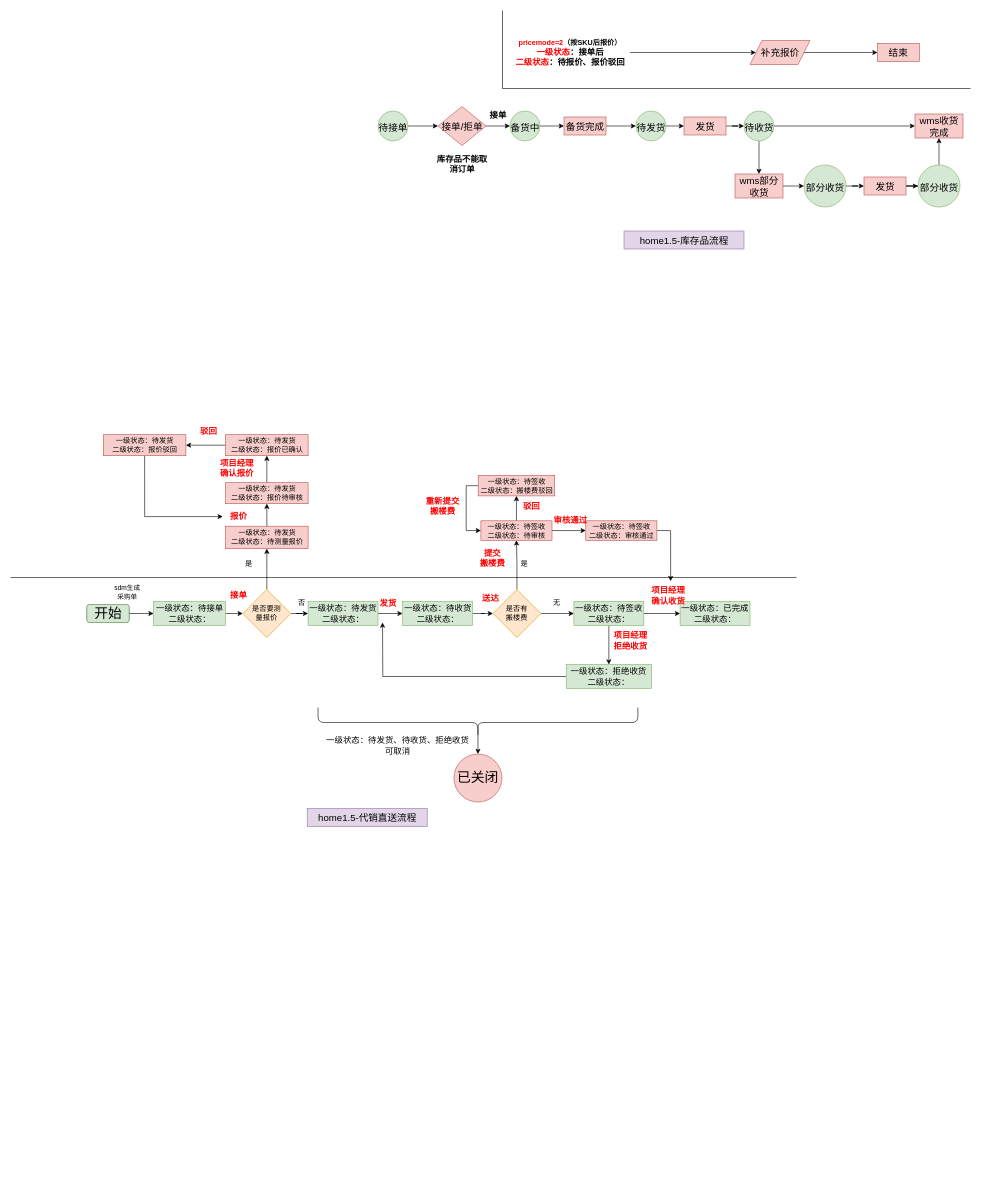
jiangtao2048/diagrams keeps this draw.io diagram as page "第 3 页" (3 of 3) of 采购单状态机.drawio. Above is the earlier version. Source tidied: cells renumbered, new cells numbered last; positions are measured from the earlier drawing's top-left corner, leaving out a move shared by most shapes. Both pictures are drawn from the tidied source at 60%, with x=0, y=0 at pixel (10, 10).
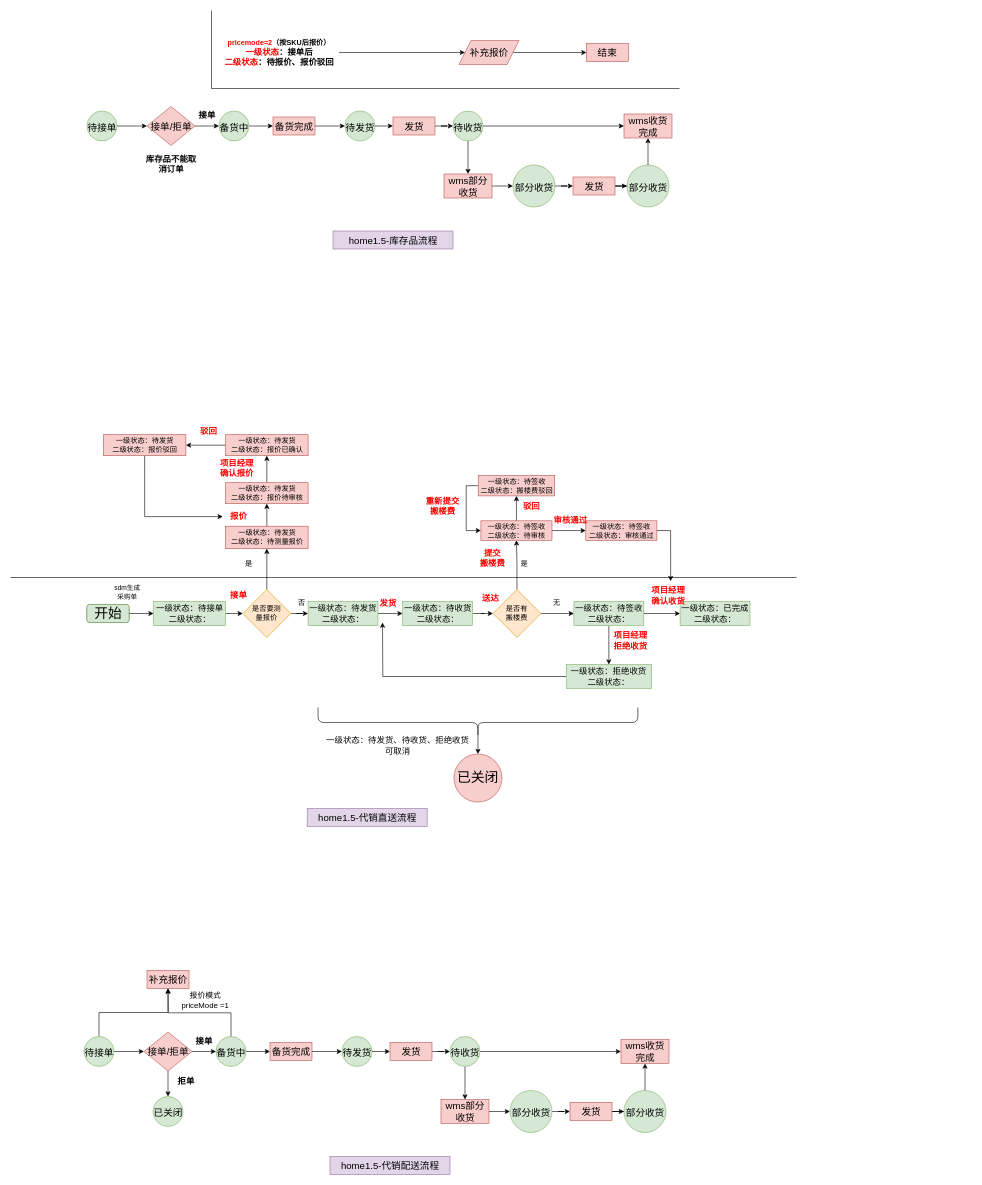
Above is the later version.

The edit, as a diff of the source:
```diff
@@
     <mxCell id="2" value="&lt;font style=&quot;font-size: 16px;&quot;&gt;home1.5-库存品流程&lt;/font&gt;" style="text;html=1;strokeColor=#9673a6;fillColor=#e1d5e7;align=center;verticalAlign=middle;whiteSpace=wrap;rounded=0;" parent="1" vertex="1">
-      <mxGeometry x="1022.5" y="367.5" width="200" height="30" as="geometry" />
+      <mxGeometry x="537.5" y="367.5" width="200" height="30" as="geometry" />
     </mxCell>
@@
     <mxCell id="4" value="&lt;font style=&quot;font-size: 16px;&quot;&gt;待接单&lt;/font&gt;" style="ellipse;whiteSpace=wrap;html=1;fontSize=23;fillColor=#d5e8d4;strokeColor=#82b366;" parent="1" vertex="1">
-      <mxGeometry x="612.5" y="167.5" width="50" height="50" as="geometry" />
+      <mxGeometry x="127.5" y="167.5" width="50" height="50" as="geometry" />
     </mxCell>
@@
     <mxCell id="6" value="&lt;font style=&quot;font-size: 16px;&quot;&gt;备货中&lt;/font&gt;" style="ellipse;whiteSpace=wrap;html=1;fontSize=23;fillColor=#d5e8d4;strokeColor=#82b366;" parent="1" vertex="1">
-      <mxGeometry x="832.5" y="167.5" width="50" height="50" as="geometry" />
+      <mxGeometry x="347.5" y="167.5" width="50" height="50" as="geometry" />
     </mxCell>
@@
     <mxCell id="8" value="&lt;font style=&quot;font-size: 16px;&quot;&gt;接单/拒单&lt;/font&gt;" style="rhombus;whiteSpace=wrap;html=1;fillColor=#f8cecc;strokeColor=#b85450;" parent="1" vertex="1">
-      <mxGeometry x="712.5" y="160" width="80" height="65" as="geometry" />
+      <mxGeometry x="227.5" y="160" width="80" height="65" as="geometry" />
     </mxCell>
     <mxCell id="9" value="&lt;font style=&quot;font-size: 14px;&quot;&gt;&lt;b&gt;接单&lt;/b&gt;&lt;/font&gt;" style="text;html=1;strokeColor=none;fillColor=none;align=center;verticalAlign=middle;whiteSpace=wrap;rounded=0;" parent="1" vertex="1">
-      <mxGeometry x="782.5" y="160" width="60" height="30" as="geometry" />
+      <mxGeometry x="297.5" y="160" width="60" height="30" as="geometry" />
     </mxCell>
     <mxCell id="10" value="&lt;font style=&quot;font-size: 14px;&quot;&gt;&lt;b&gt;库存品不能取消订单&lt;/b&gt;&lt;/font&gt;" style="text;html=1;strokeColor=none;fillColor=none;align=center;verticalAlign=middle;whiteSpace=wrap;rounded=0;" parent="1" vertex="1">
-      <mxGeometry x="708.8" y="240" width="87.5" height="32.5" as="geometry" />
+      <mxGeometry x="223.8" y="240" width="87.5" height="32.5" as="geometry" />
     </mxCell>
@@
     <mxCell id="12" value="&lt;font style=&quot;font-size: 16px;&quot;&gt;备货完成&lt;/font&gt;" style="rounded=0;whiteSpace=wrap;html=1;fillColor=#f8cecc;strokeColor=#b85450;" parent="1" vertex="1">
-      <mxGeometry x="922.5" y="177.5" width="70" height="30" as="geometry" />
+      <mxGeometry x="437.5" y="177.5" width="70" height="30" as="geometry" />
     </mxCell>
@@
     <mxCell id="14" value="&lt;font style=&quot;font-size: 16px;&quot;&gt;待发货&lt;/font&gt;" style="ellipse;whiteSpace=wrap;html=1;fontSize=23;fillColor=#d5e8d4;strokeColor=#82b366;" parent="1" vertex="1">
-      <mxGeometry x="1042.5" y="167.5" width="50" height="50" as="geometry" />
+      <mxGeometry x="557.5" y="167.5" width="50" height="50" as="geometry" />
     </mxCell>
@@
     <mxCell id="16" value="&lt;font style=&quot;font-size: 16px;&quot;&gt;发货&lt;/font&gt;" style="rounded=0;whiteSpace=wrap;html=1;fillColor=#f8cecc;strokeColor=#b85450;" parent="1" vertex="1">
-      <mxGeometry x="1122.5" y="177.5" width="70" height="30" as="geometry" />
+      <mxGeometry x="637.5" y="177.5" width="70" height="30" as="geometry" />
     </mxCell>
@@
     <mxCell id="19" value="&lt;font style=&quot;font-size: 16px;&quot;&gt;待收货&lt;/font&gt;" style="ellipse;whiteSpace=wrap;html=1;fontSize=23;fillColor=#d5e8d4;strokeColor=#82b366;" parent="1" vertex="1">
-      <mxGeometry x="1222.5" y="167.5" width="50" height="50" as="geometry" />
+      <mxGeometry x="737.5" y="167.5" width="50" height="50" as="geometry" />
     </mxCell>
@@
     <mxCell id="21" value="&lt;font style=&quot;font-size: 16px;&quot;&gt;wms部分收货&lt;/font&gt;" style="rounded=0;whiteSpace=wrap;html=1;fillColor=#f8cecc;strokeColor=#b85450;" parent="1" vertex="1">
-      <mxGeometry x="1207.5" y="272.5" width="80" height="40" as="geometry" />
+      <mxGeometry x="722.5" y="272.5" width="80" height="40" as="geometry" />
     </mxCell>
@@
     <mxCell id="23" value="&lt;font style=&quot;font-size: 16px;&quot;&gt;部分收货&lt;/font&gt;" style="ellipse;whiteSpace=wrap;html=1;fontSize=23;fillColor=#d5e8d4;strokeColor=#82b366;" parent="1" vertex="1">
-      <mxGeometry x="1322.5" y="257.5" width="70" height="70" as="geometry" />
+      <mxGeometry x="837.5" y="257.5" width="70" height="70" as="geometry" />
     </mxCell>
@@
     <mxCell id="25" value="&lt;font style=&quot;font-size: 16px;&quot;&gt;发货&lt;/font&gt;" style="rounded=0;whiteSpace=wrap;html=1;fillColor=#f8cecc;strokeColor=#b85450;" parent="1" vertex="1">
-      <mxGeometry x="1422.5" y="277.5" width="70" height="30" as="geometry" />
+      <mxGeometry x="937.5" y="277.5" width="70" height="30" as="geometry" />
     </mxCell>
@@
     <mxCell id="27" value="&lt;font style=&quot;font-size: 16px;&quot;&gt;部分收货&lt;/font&gt;" style="ellipse;whiteSpace=wrap;html=1;fontSize=23;fillColor=#d5e8d4;strokeColor=#82b366;" parent="1" vertex="1">
-      <mxGeometry x="1512.5" y="257.5" width="70" height="70" as="geometry" />
+      <mxGeometry x="1027.5" y="257.5" width="70" height="70" as="geometry" />
     </mxCell>
     <mxCell id="28" value="&lt;font style=&quot;font-size: 16px;&quot;&gt;wms收货完成&lt;/font&gt;" style="rounded=0;whiteSpace=wrap;html=1;fillColor=#f8cecc;strokeColor=#b85450;" parent="1" vertex="1">
-      <mxGeometry x="1507.5" y="172.5" width="80" height="40" as="geometry" />
+      <mxGeometry x="1022.5" y="172.5" width="80" height="40" as="geometry" />
     </mxCell>
@@
     <mxCell id="30" value="&lt;font style=&quot;font-size: 16px;&quot;&gt;补充报价&lt;/font&gt;" style="shape=parallelogram;perimeter=parallelogramPerimeter;whiteSpace=wrap;html=1;fixedSize=1;fillColor=#f8cecc;strokeColor=#b85450;" parent="1" vertex="1">
-      <mxGeometry x="1232.5" y="50" width="100" height="40" as="geometry" />
+      <mxGeometry x="747.5" y="50" width="100" height="40" as="geometry" />
     </mxCell>
     <mxCell id="31" style="endArrow=none;html=1;rounded=0;" parent="1" edge="1">
       <mxGeometry relative="1" as="geometry">
-        <mxPoint x="820" y="130" as="sourcePoint" />
-        <mxPoint x="1600" y="130" as="targetPoint" />
+        <mxPoint x="335" y="130" as="sourcePoint" />
+        <mxPoint x="1115" y="130" as="targetPoint" />
       </mxGeometry>
     </mxCell>
     <mxCell id="32" style="endArrow=none;html=1;rounded=0;" parent="1" edge="1">
       <mxGeometry relative="1" as="geometry">
-        <mxPoint x="820" y="130" as="sourcePoint" />
-        <mxPoint x="820" as="targetPoint" />
+        <mxPoint x="335" y="130" as="sourcePoint" />
+        <mxPoint x="335" as="targetPoint" />
       </mxGeometry>
     </mxCell>
@@
     <mxCell id="34" value="&lt;b&gt;&lt;font color=&quot;#ff0000&quot;&gt;pricemode=2&lt;/font&gt;（按SKU后报价）&lt;/b&gt;&lt;br&gt;&lt;span style=&quot;font-size: 14px;&quot;&gt;&lt;b&gt;&lt;font color=&quot;#ff0000&quot;&gt;一级状态&lt;/font&gt;：接单后&lt;br&gt;&lt;font color=&quot;#ff0000&quot;&gt;二级状态&lt;/font&gt;：待报价、报价驳回&lt;br&gt;&lt;/b&gt;&lt;/span&gt;" style="text;html=1;strokeColor=none;fillColor=none;align=center;verticalAlign=middle;whiteSpace=wrap;rounded=0;" parent="1" vertex="1">
-      <mxGeometry x="832.5" y="30" width="200" height="80" as="geometry" />
+      <mxGeometry x="347.5" y="30" width="200" height="80" as="geometry" />
     </mxCell>
     <mxCell id="35" value="&lt;font style=&quot;font-size: 16px;&quot;&gt;结束&lt;/font&gt;" style="rounded=0;whiteSpace=wrap;html=1;fillColor=#f8cecc;strokeColor=#b85450;" parent="1" vertex="1">
-      <mxGeometry x="1445" y="55" width="70" height="30" as="geometry" />
+      <mxGeometry x="960" y="55" width="70" height="30" as="geometry" />
     </mxCell>
@@
+    <mxCell id="95" value="&lt;font style=&quot;font-size: 16px;&quot;&gt;home1.5-代销配送流程&lt;/font&gt;" style="text;html=1;strokeColor=#9673a6;fillColor=#e1d5e7;align=center;verticalAlign=middle;whiteSpace=wrap;rounded=0;" parent="1" vertex="1">
+      <mxGeometry x="532.5" y="1910" width="200" height="30" as="geometry" />
+    </mxCell>
+    <mxCell id="96" style="edgeStyle=orthogonalEdgeStyle;rounded=0;jettySize=auto;html=1;exitX=1;exitY=0.5;exitDx=0;exitDy=0;" parent="1" edge="1" source="98" target="104">
+      <mxGeometry relative="1" as="geometry" />
+    </mxCell>
+    <mxCell id="97" style="edgeStyle=orthogonalEdgeStyle;rounded=0;jettySize=auto;html=1;exitX=0.5;exitY=0;exitDx=0;exitDy=0;entryX=0.5;entryY=1;entryDx=0;entryDy=0;" parent="1" edge="1" source="98" target="126">
+      <mxGeometry relative="1" as="geometry" />
+    </mxCell>
+    <mxCell id="98" value="&lt;font style=&quot;font-size: 16px;&quot;&gt;待接单&lt;/font&gt;" style="ellipse;whiteSpace=wrap;html=1;fontSize=23;fillColor=#d5e8d4;strokeColor=#82b366;" parent="1" vertex="1">
+      <mxGeometry x="122.5" y="1710" width="50" height="50" as="geometry" />
+    </mxCell>
+    <mxCell id="99" style="edgeStyle=orthogonalEdgeStyle;rounded=0;jettySize=auto;html=1;exitX=1;exitY=0.5;exitDx=0;exitDy=0;" parent="1" edge="1" source="101" target="109">
+      <mxGeometry relative="1" as="geometry" />
+    </mxCell>
+    <mxCell id="100" style="edgeStyle=orthogonalEdgeStyle;rounded=0;jettySize=auto;html=1;exitX=0.5;exitY=0;exitDx=0;exitDy=0;" parent="1" edge="1" source="101">
+      <mxGeometry relative="1" as="geometry">
+        <mxPoint x="262.5" y="1630" as="targetPoint" />
+      </mxGeometry>
+    </mxCell>
+    <mxCell id="101" value="&lt;font style=&quot;font-size: 16px;&quot;&gt;备货中&lt;/font&gt;" style="ellipse;whiteSpace=wrap;html=1;fontSize=23;fillColor=#d5e8d4;strokeColor=#82b366;" parent="1" vertex="1">
+      <mxGeometry x="342.5" y="1710" width="50" height="50" as="geometry" />
+    </mxCell>
+    <mxCell id="102" style="edgeStyle=orthogonalEdgeStyle;rounded=0;jettySize=auto;html=1;exitX=1;exitY=0.5;exitDx=0;exitDy=0;" parent="1" edge="1" source="104" target="101">
+      <mxGeometry relative="1" as="geometry" />
+    </mxCell>
+    <mxCell id="103" style="edgeStyle=orthogonalEdgeStyle;rounded=0;jettySize=auto;html=1;exitX=0.5;exitY=1;exitDx=0;exitDy=0;entryX=0.5;entryY=0;entryDx=0;entryDy=0;" parent="1" edge="1" source="104" target="105">
+      <mxGeometry relative="1" as="geometry" />
+    </mxCell>
+    <mxCell id="104" value="&lt;font style=&quot;font-size: 16px;&quot;&gt;接单/拒单&lt;/font&gt;" style="rhombus;whiteSpace=wrap;html=1;fillColor=#f8cecc;strokeColor=#b85450;" parent="1" vertex="1">
+      <mxGeometry x="222.5" y="1702.5" width="80" height="65" as="geometry" />
+    </mxCell>
+    <mxCell id="105" value="&lt;font style=&quot;font-size: 16px;&quot;&gt;已关闭&lt;/font&gt;" style="ellipse;whiteSpace=wrap;html=1;fontSize=23;fillColor=#d5e8d4;strokeColor=#82b366;" parent="1" vertex="1">
+      <mxGeometry x="237.5" y="1810" width="50" height="50" as="geometry" />
+    </mxCell>
+    <mxCell id="106" value="&lt;font style=&quot;font-size: 14px;&quot;&gt;&lt;b&gt;接单&lt;/b&gt;&lt;/font&gt;" style="text;html=1;strokeColor=none;fillColor=none;align=center;verticalAlign=middle;whiteSpace=wrap;rounded=0;" parent="1" vertex="1">
+      <mxGeometry x="292.5" y="1702.5" width="60" height="30" as="geometry" />
+    </mxCell>
+    <mxCell id="107" value="&lt;font style=&quot;font-size: 14px;&quot;&gt;&lt;b&gt;拒单&lt;/b&gt;&lt;/font&gt;" style="text;html=1;strokeColor=none;fillColor=none;align=center;verticalAlign=middle;whiteSpace=wrap;rounded=0;" parent="1" vertex="1">
+      <mxGeometry x="262.5" y="1770" width="60" height="30" as="geometry" />
+    </mxCell>
+    <mxCell id="108" style="edgeStyle=orthogonalEdgeStyle;rounded=0;jettySize=auto;html=1;exitX=1;exitY=0.5;exitDx=0;exitDy=0;" parent="1" edge="1" source="109" target="111">
+      <mxGeometry relative="1" as="geometry" />
+    </mxCell>
+    <mxCell id="109" value="&lt;font style=&quot;font-size: 16px;&quot;&gt;备货完成&lt;/font&gt;" style="rounded=0;whiteSpace=wrap;html=1;fillColor=#f8cecc;strokeColor=#b85450;" parent="1" vertex="1">
+      <mxGeometry x="432.5" y="1720" width="70" height="30" as="geometry" />
+    </mxCell>
+    <mxCell id="110" style="edgeStyle=orthogonalEdgeStyle;rounded=0;jettySize=auto;html=1;exitX=1;exitY=0.5;exitDx=0;exitDy=0;entryX=0;entryY=0.5;entryDx=0;entryDy=0;" parent="1" edge="1" source="111" target="113">
+      <mxGeometry relative="1" as="geometry" />
+    </mxCell>
+    <mxCell id="111" value="&lt;font style=&quot;font-size: 16px;&quot;&gt;待发货&lt;/font&gt;" style="ellipse;whiteSpace=wrap;html=1;fontSize=23;fillColor=#d5e8d4;strokeColor=#82b366;" parent="1" vertex="1">
+      <mxGeometry x="552.5" y="1710" width="50" height="50" as="geometry" />
+    </mxCell>
+    <mxCell id="112" style="edgeStyle=orthogonalEdgeStyle;rounded=0;jettySize=auto;html=1;exitX=1;exitY=0.5;exitDx=0;exitDy=0;" parent="1" edge="1" source="113" target="116">
+      <mxGeometry relative="1" as="geometry" />
+    </mxCell>
+    <mxCell id="113" value="&lt;font style=&quot;font-size: 16px;&quot;&gt;发货&lt;/font&gt;" style="rounded=0;whiteSpace=wrap;html=1;fillColor=#f8cecc;strokeColor=#b85450;" parent="1" vertex="1">
+      <mxGeometry x="632.5" y="1720" width="70" height="30" as="geometry" />
+    </mxCell>
+    <mxCell id="114" style="edgeStyle=orthogonalEdgeStyle;rounded=0;jettySize=auto;html=1;exitX=1;exitY=0.5;exitDx=0;exitDy=0;" parent="1" edge="1" source="116" target="125">
+      <mxGeometry relative="1" as="geometry" />
+    </mxCell>
+    <mxCell id="115" style="edgeStyle=orthogonalEdgeStyle;rounded=0;jettySize=auto;html=1;exitX=0.5;exitY=1;exitDx=0;exitDy=0;entryX=0.5;entryY=0;entryDx=0;entryDy=0;" parent="1" edge="1" source="116" target="118">
+      <mxGeometry relative="1" as="geometry" />
+    </mxCell>
+    <mxCell id="116" value="&lt;font style=&quot;font-size: 16px;&quot;&gt;待收货&lt;/font&gt;" style="ellipse;whiteSpace=wrap;html=1;fontSize=23;fillColor=#d5e8d4;strokeColor=#82b366;" parent="1" vertex="1">
+      <mxGeometry x="732.5" y="1710" width="50" height="50" as="geometry" />
+    </mxCell>
+    <mxCell id="117" style="edgeStyle=orthogonalEdgeStyle;rounded=0;jettySize=auto;html=1;exitX=1;exitY=0.5;exitDx=0;exitDy=0;entryX=0;entryY=0.5;entryDx=0;entryDy=0;" parent="1" edge="1" source="118" target="120">
+      <mxGeometry relative="1" as="geometry" />
+    </mxCell>
+    <mxCell id="118" value="&lt;font style=&quot;font-size: 16px;&quot;&gt;wms部分收货&lt;/font&gt;" style="rounded=0;whiteSpace=wrap;html=1;fillColor=#f8cecc;strokeColor=#b85450;" parent="1" vertex="1">
+      <mxGeometry x="717.5" y="1815" width="80" height="40" as="geometry" />
+    </mxCell>
+    <mxCell id="119" style="edgeStyle=orthogonalEdgeStyle;rounded=0;jettySize=auto;html=1;exitX=1;exitY=0.5;exitDx=0;exitDy=0;" parent="1" edge="1" source="120" target="122">
+      <mxGeometry relative="1" as="geometry" />
+    </mxCell>
+    <mxCell id="120" value="&lt;font style=&quot;font-size: 16px;&quot;&gt;部分收货&lt;/font&gt;" style="ellipse;whiteSpace=wrap;html=1;fontSize=23;fillColor=#d5e8d4;strokeColor=#82b366;" parent="1" vertex="1">
+      <mxGeometry x="832.5" y="1800" width="70" height="70" as="geometry" />
+    </mxCell>
+    <mxCell id="121" style="edgeStyle=orthogonalEdgeStyle;rounded=0;jettySize=auto;html=1;exitX=1;exitY=0.5;exitDx=0;exitDy=0;" parent="1" edge="1" source="122" target="124">
+      <mxGeometry relative="1" as="geometry" />
+    </mxCell>
+    <mxCell id="122" value="&lt;font style=&quot;font-size: 16px;&quot;&gt;发货&lt;/font&gt;" style="rounded=0;whiteSpace=wrap;html=1;fillColor=#f8cecc;strokeColor=#b85450;" parent="1" vertex="1">
+      <mxGeometry x="932.5" y="1820" width="70" height="30" as="geometry" />
+    </mxCell>
+    <mxCell id="123" style="edgeStyle=orthogonalEdgeStyle;rounded=0;jettySize=auto;html=1;exitX=0.5;exitY=0;exitDx=0;exitDy=0;" parent="1" edge="1" source="124" target="125">
+      <mxGeometry relative="1" as="geometry" />
+    </mxCell>
+    <mxCell id="124" value="&lt;font style=&quot;font-size: 16px;&quot;&gt;部分收货&lt;/font&gt;" style="ellipse;whiteSpace=wrap;html=1;fontSize=23;fillColor=#d5e8d4;strokeColor=#82b366;" parent="1" vertex="1">
+      <mxGeometry x="1022.5" y="1800" width="70" height="70" as="geometry" />
+    </mxCell>
+    <mxCell id="125" value="&lt;font style=&quot;font-size: 16px;&quot;&gt;wms收货完成&lt;/font&gt;" style="rounded=0;whiteSpace=wrap;html=1;fillColor=#f8cecc;strokeColor=#b85450;" parent="1" vertex="1">
+      <mxGeometry x="1017.5" y="1715" width="80" height="40" as="geometry" />
+    </mxCell>
+    <mxCell id="126" value="&lt;span style=&quot;font-size: 16px;&quot;&gt;补充报价&lt;/span&gt;" style="rounded=0;whiteSpace=wrap;html=1;fillColor=#f8cecc;strokeColor=#b85450;" parent="1" vertex="1">
+      <mxGeometry x="227.5" y="1600" width="70" height="30" as="geometry" />
+    </mxCell>
+    <mxCell id="127" value="&lt;font style=&quot;font-size: 13px;&quot;&gt;报价模式&lt;br&gt;priceMode =1&lt;/font&gt;" style="text;html=1;strokeColor=none;fillColor=none;align=center;verticalAlign=middle;whiteSpace=wrap;rounded=0;" parent="1" vertex="1">
+      <mxGeometry x="276.5" y="1635" width="96" height="30" as="geometry" />
+    </mxCell>
```
